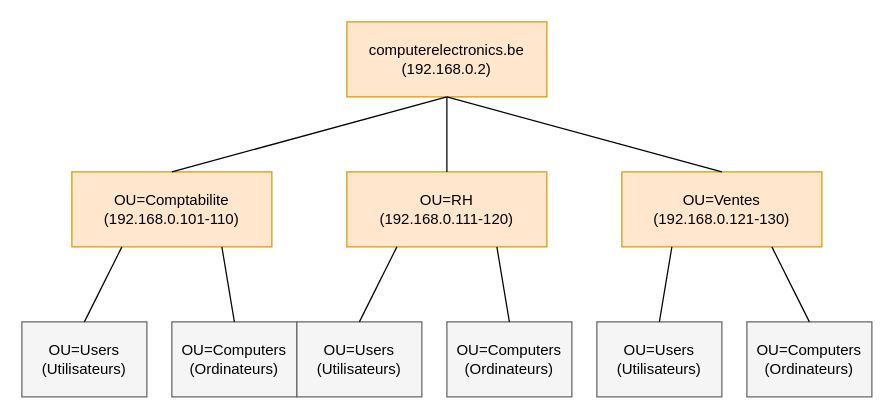
This is diagrams/ou_structure.drawio from choquitofrito/ActiveDirectory, a draw.io file, before an edit. Source tidied: cells renumbered, new cells numbered last; positions are measured from the earlier drawing's top-left corner, leaving out a move shared by most shapes. Both pictures are drawn from the tidied source at 125%, with x=0, y=0 at pixel (21, 21).
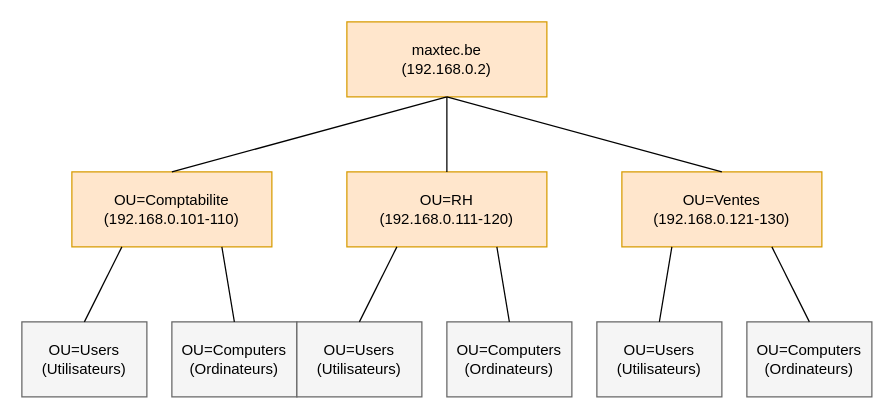
The same page after the edit.

What changed in the source:
```diff
@@
-    <mxCell id="2" value="computerelectronics.be&#10;(192.168.0.2)" style="rounded=0;whiteSpace=wrap;html=1;fillColor=#ffe6cc;strokeColor=#d79b00;" parent="1" vertex="1">
+    <mxCell id="2" value="maxtec.be&#10;(192.168.0.2)" style="rounded=0;whiteSpace=wrap;html=1;fillColor=#ffe6cc;strokeColor=#d79b00;" parent="1" vertex="1">
       <mxGeometry x="260" width="160" height="60" as="geometry" />
     </mxCell>
```
